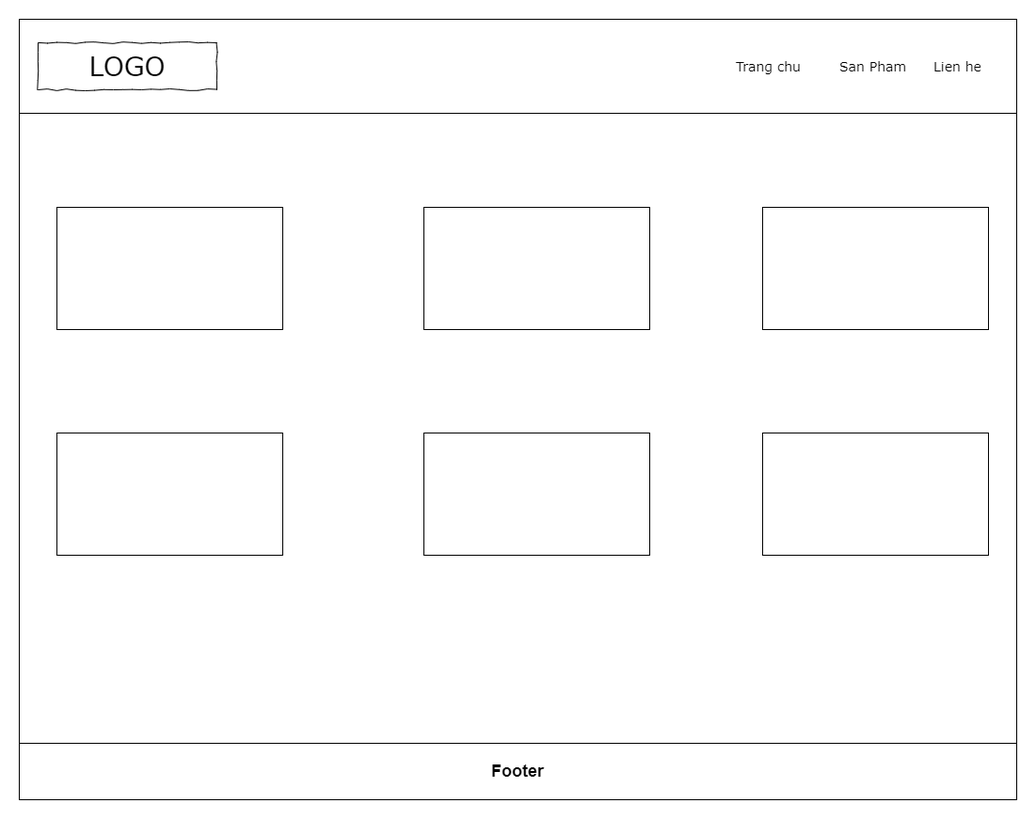
Before: img/SanPham.png, a diagram exported from draw.io (NguyenHocPH36330/Web106_HocNC). Source tidied: cells renumbered, new cells last; positions are measured from the earlier drawing's top-left corner, leaving out a move shared by most shapes.
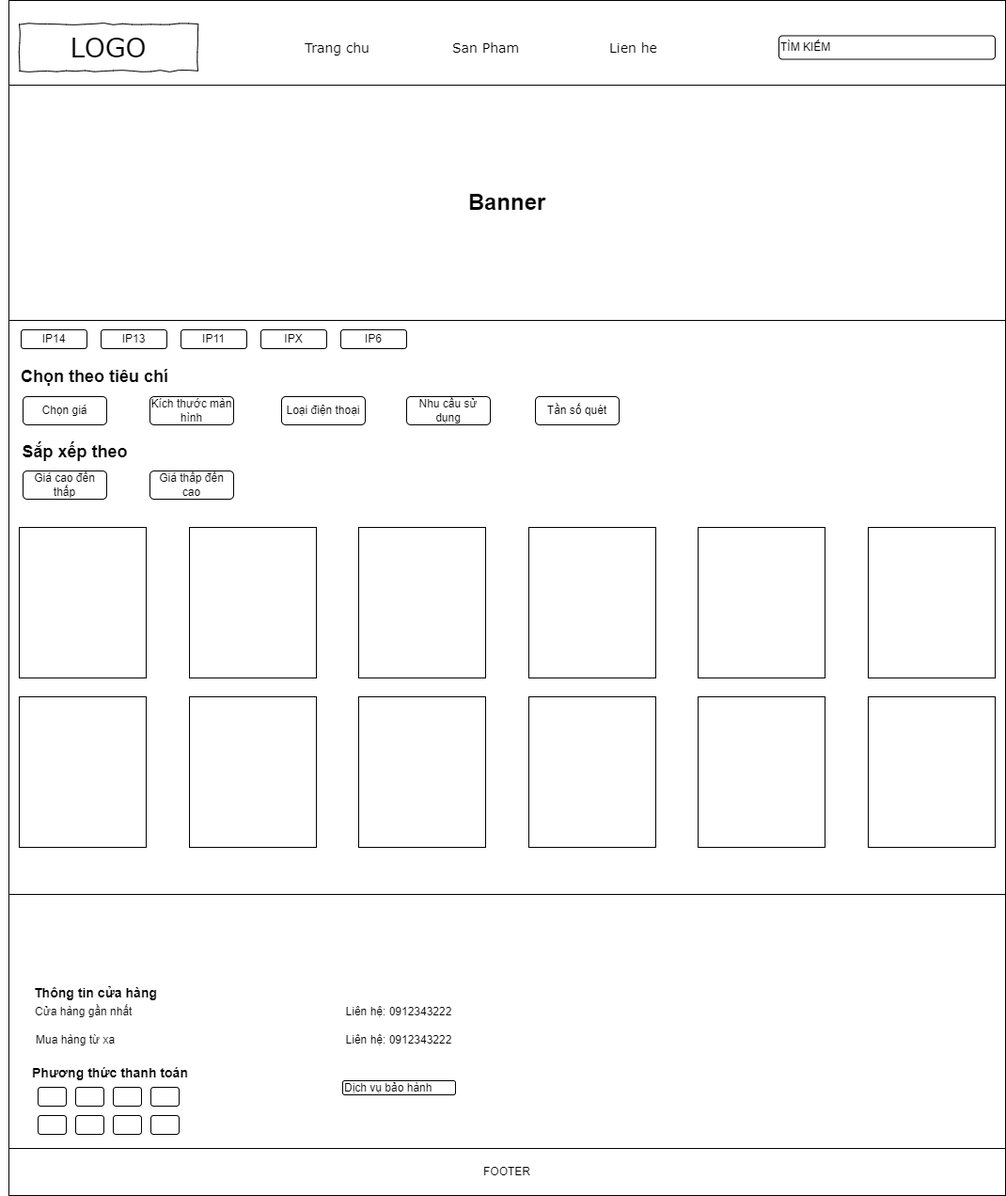
Above is the later version.

The edit, as a diff of the source:
```diff
@@ -2,44 +2,158 @@
   <root>
     <mxCell id="0" />
     <mxCell id="1" parent="0" />
-    <mxCell id="2" style="rounded=0;whiteSpace=wrap;html=1;" parent="1" vertex="1">
-      <mxGeometry width="1060" height="830" as="geometry" />
-    </mxCell>
-    <mxCell id="3" style="rounded=0;whiteSpace=wrap;html=1;" parent="1" vertex="1">
-      <mxGeometry width="1060" height="100" as="geometry" />
-    </mxCell>
+    <mxCell id="15" style="rounded=0;whiteSpace=wrap;html=1;" parent="1" vertex="1">
+      <mxGeometry x="-950" y="30" width="1060" height="1260" as="geometry" />
+    </mxCell>
+    <mxCell id="16" style="rounded=0;whiteSpace=wrap;html=1;" parent="1" vertex="1">
+      <mxGeometry x="-950" y="20" width="1060" height="100" as="geometry" />
+    </mxCell>
-    <mxCell id="4" value="Trang chu" style="text;html=1;align=left;verticalAlign=top;spacingTop=-4;fontSize=14;fontFamily=Verdana;" parent="1" vertex="1">
-      <mxGeometry x="760" y="40" width="60" height="20" as="geometry" />
+    <mxCell id="4" value="Trang chu" style="text;html=1;align=left;verticalAlign=top;spacingTop=-4;fontSize=14;fontFamily=Verdana;flipH=0;" parent="1" vertex="1">
+      <mxGeometry x="-637" y="60" width="75" height="20" as="geometry" />
     </mxCell>
-    <mxCell id="5" value="San Pham" style="text;html=1;align=left;verticalAlign=top;spacingTop=-4;fontSize=14;fontFamily=Verdana;" parent="1" vertex="1">
-      <mxGeometry x="870" y="40" width="60" height="20" as="geometry" />
+    <mxCell id="5" value="San Pham" style="text;html=1;align=left;verticalAlign=top;spacingTop=-4;fontSize=14;fontFamily=Verdana;flipH=0;" parent="1" vertex="1">
+      <mxGeometry x="-480" y="60" width="75" height="20" as="geometry" />
     </mxCell>
-    <mxCell id="6" value="Lien he" style="text;html=1;align=left;verticalAlign=top;spacingTop=-4;fontSize=14;fontFamily=Verdana;" parent="1" vertex="1">
-      <mxGeometry x="970" y="40" width="60" height="20" as="geometry" />
+    <mxCell id="6" value="Lien he" style="text;html=1;align=left;verticalAlign=top;spacingTop=-4;fontSize=14;fontFamily=Verdana;flipH=0;" parent="1" vertex="1">
+      <mxGeometry x="-313" y="60" width="75" height="20" as="geometry" />
     </mxCell>
     <mxCell id="7" value="LOGO" style="whiteSpace=wrap;html=1;rounded=0;shadow=0;labelBackgroundColor=none;strokeWidth=1;fontFamily=Verdana;fontSize=28;align=center;comic=1;" parent="1" vertex="1">
-      <mxGeometry x="20" y="25" width="190" height="50" as="geometry" />
+      <mxGeometry x="-939" y="45" width="190" height="50" as="geometry" />
     </mxCell>
-    <mxCell id="8" style="rounded=0;whiteSpace=wrap;html=1;" parent="1" vertex="1">
-      <mxGeometry x="40" y="200" width="240" height="130" as="geometry" />
-    </mxCell>
-    <mxCell id="9" style="rounded=0;whiteSpace=wrap;html=1;" parent="1" vertex="1">
-      <mxGeometry x="430" y="200" width="240" height="130" as="geometry" />
-    </mxCell>
-    <mxCell id="10" value="&lt;h2&gt;Footer&lt;/h2&gt;" style="rounded=0;whiteSpace=wrap;html=1;" parent="1" vertex="1">
-      <mxGeometry y="770" width="1060" height="60" as="geometry" />
-    </mxCell>
-    <mxCell id="11" style="rounded=0;whiteSpace=wrap;html=1;" parent="1" vertex="1">
-      <mxGeometry x="790" y="200" width="240" height="130" as="geometry" />
-    </mxCell>
-    <mxCell id="12" style="rounded=0;whiteSpace=wrap;html=1;" parent="1" vertex="1">
-      <mxGeometry x="40" y="440" width="240" height="130" as="geometry" />
-    </mxCell>
-    <mxCell id="13" style="rounded=0;whiteSpace=wrap;html=1;" parent="1" vertex="1">
-      <mxGeometry x="430" y="440" width="240" height="130" as="geometry" />
-    </mxCell>
-    <mxCell id="14" style="rounded=0;whiteSpace=wrap;html=1;" parent="1" vertex="1">
-      <mxGeometry x="790" y="440" width="240" height="130" as="geometry" />
-    </mxCell>
+    <mxCell id="17" value="&lt;h1&gt;Banner&lt;/h1&gt;" style="rounded=0;whiteSpace=wrap;html=1;" parent="1" vertex="1">
+      <mxGeometry x="-950" y="110" width="1060" height="250" as="geometry" />
+    </mxCell>
+    <mxCell id="18" value="TÌM KIẾM" style="rounded=1;whiteSpace=wrap;html=1;align=left;" parent="1" vertex="1">
+      <mxGeometry x="-131" y="57.5" width="230" height="25" as="geometry" />
+    </mxCell>
+    <mxCell id="19" value="&lt;h2&gt;Chọn theo tiêu chí&lt;/h2&gt;" style="text;html=1;strokeColor=none;fillColor=none;align=left;verticalAlign=middle;whiteSpace=wrap;rounded=0;" parent="1" vertex="1">
+      <mxGeometry x="-939" y="405" width="159" height="30" as="geometry" />
+    </mxCell>
+    <mxCell id="20" value="IP14" style="rounded=1;whiteSpace=wrap;html=1;flipH=1;" parent="1" vertex="1">
+      <mxGeometry x="-937" y="370" width="70" height="20" as="geometry" />
+    </mxCell>
+    <mxCell id="21" value="IP13" style="rounded=1;whiteSpace=wrap;html=1;flipH=1;" parent="1" vertex="1">
+      <mxGeometry x="-852" y="370" width="70" height="20" as="geometry" />
+    </mxCell>
+    <mxCell id="22" value="IP11" style="rounded=1;whiteSpace=wrap;html=1;flipH=1;" parent="1" vertex="1">
+      <mxGeometry x="-767" y="370" width="70" height="20" as="geometry" />
+    </mxCell>
+    <mxCell id="23" value="IPX" style="rounded=1;whiteSpace=wrap;html=1;flipH=1;" parent="1" vertex="1">
+      <mxGeometry x="-682" y="370" width="70" height="20" as="geometry" />
+    </mxCell>
+    <mxCell id="24" value="IP6" style="rounded=1;whiteSpace=wrap;html=1;flipH=1;" parent="1" vertex="1">
+      <mxGeometry x="-597" y="370" width="70" height="20" as="geometry" />
+    </mxCell>
+    <mxCell id="25" value="Chọn giá" style="rounded=1;whiteSpace=wrap;html=1;" parent="1" vertex="1">
+      <mxGeometry x="-935" y="441" width="89" height="30" as="geometry" />
+    </mxCell>
+    <mxCell id="26" value="Kích thước màn hình" style="rounded=1;whiteSpace=wrap;html=1;" parent="1" vertex="1">
+      <mxGeometry x="-800" y="441" width="89" height="30" as="geometry" />
+    </mxCell>
+    <mxCell id="27" value="Loại điện thoại" style="rounded=1;whiteSpace=wrap;html=1;" parent="1" vertex="1">
+      <mxGeometry x="-660" y="441" width="89" height="30" as="geometry" />
+    </mxCell>
+    <mxCell id="28" value="Nhu cầu sử dụng" style="rounded=1;whiteSpace=wrap;html=1;" parent="1" vertex="1">
+      <mxGeometry x="-527" y="441" width="89" height="30" as="geometry" />
+    </mxCell>
+    <mxCell id="29" value="Tần số quét" style="rounded=1;whiteSpace=wrap;html=1;" parent="1" vertex="1">
+      <mxGeometry x="-390" y="441" width="89" height="30" as="geometry" />
+    </mxCell>
+    <mxCell id="30" value="&lt;h2&gt;Sắp xếp theo&lt;/h2&gt;" style="text;html=1;strokeColor=none;fillColor=none;align=center;verticalAlign=middle;whiteSpace=wrap;rounded=0;" parent="1" vertex="1">
+      <mxGeometry x="-959" y="485" width="159" height="30" as="geometry" />
+    </mxCell>
+    <mxCell id="31" value="Giá cao đến thấp" style="rounded=1;whiteSpace=wrap;html=1;" parent="1" vertex="1">
+      <mxGeometry x="-935" y="520" width="89" height="30" as="geometry" />
+    </mxCell>
+    <mxCell id="32" value="Giá thấp đến cao" style="rounded=1;whiteSpace=wrap;html=1;" parent="1" vertex="1">
+      <mxGeometry x="-800" y="520" width="89" height="30" as="geometry" />
+    </mxCell>
+    <mxCell id="33" style="rounded=0;whiteSpace=wrap;html=1;flipH=0;" parent="1" vertex="1">
+      <mxGeometry x="-939" y="580" width="135" height="160" as="geometry" />
+    </mxCell>
+    <mxCell id="34" style="rounded=0;whiteSpace=wrap;html=1;flipH=0;" parent="1" vertex="1">
+      <mxGeometry x="-758" y="580" width="135" height="160" as="geometry" />
+    </mxCell>
+    <mxCell id="35" style="rounded=0;whiteSpace=wrap;html=1;flipH=0;" parent="1" vertex="1">
+      <mxGeometry x="-578" y="580" width="135" height="160" as="geometry" />
+    </mxCell>
+    <mxCell id="36" style="rounded=0;whiteSpace=wrap;html=1;flipH=0;" parent="1" vertex="1">
+      <mxGeometry x="-397" y="580" width="135" height="160" as="geometry" />
+    </mxCell>
+    <mxCell id="37" style="rounded=0;whiteSpace=wrap;html=1;flipH=0;" parent="1" vertex="1">
+      <mxGeometry x="-217" y="580" width="135" height="160" as="geometry" />
+    </mxCell>
+    <mxCell id="38" style="rounded=0;whiteSpace=wrap;html=1;flipH=0;" parent="1" vertex="1">
+      <mxGeometry x="-36" y="580" width="135" height="160" as="geometry" />
+    </mxCell>
+    <mxCell id="39" style="rounded=0;whiteSpace=wrap;html=1;flipH=0;" parent="1" vertex="1">
+      <mxGeometry x="-939" y="760" width="135" height="160" as="geometry" />
+    </mxCell>
+    <mxCell id="40" style="rounded=0;whiteSpace=wrap;html=1;flipH=0;" parent="1" vertex="1">
+      <mxGeometry x="-758" y="760" width="135" height="160" as="geometry" />
+    </mxCell>
+    <mxCell id="41" style="rounded=0;whiteSpace=wrap;html=1;flipH=0;" parent="1" vertex="1">
+      <mxGeometry x="-578" y="760" width="135" height="160" as="geometry" />
+    </mxCell>
+    <mxCell id="42" style="rounded=0;whiteSpace=wrap;html=1;flipH=0;" parent="1" vertex="1">
+      <mxGeometry x="-397" y="760" width="135" height="160" as="geometry" />
+    </mxCell>
+    <mxCell id="43" style="rounded=0;whiteSpace=wrap;html=1;flipH=0;" parent="1" vertex="1">
+      <mxGeometry x="-217" y="760" width="135" height="160" as="geometry" />
+    </mxCell>
+    <mxCell id="44" style="rounded=0;whiteSpace=wrap;html=1;flipH=0;" parent="1" vertex="1">
+      <mxGeometry x="-36" y="760" width="135" height="160" as="geometry" />
+    </mxCell>
+    <mxCell id="45" value="&lt;h2&gt;&lt;br&gt;&lt;/h2&gt;" style="rounded=0;whiteSpace=wrap;html=1;align=left;" parent="1" vertex="1">
+      <mxGeometry x="-950" y="970" width="1060" height="270" as="geometry" />
+    </mxCell>
+    <mxCell id="46" value="&lt;h3&gt;Thông tin cửa hàng&lt;/h3&gt;" style="text;html=1;strokeColor=none;fillColor=none;align=left;verticalAlign=middle;whiteSpace=wrap;rounded=0;" parent="1" vertex="1">
+      <mxGeometry x="-925" y="1060" width="140" height="30" as="geometry" />
+    </mxCell>
+    <mxCell id="47" value="&lt;h3&gt;Phương thức thanh toán&lt;/h3&gt;" style="text;html=1;strokeColor=none;fillColor=none;align=center;verticalAlign=middle;whiteSpace=wrap;rounded=0;" parent="1" vertex="1">
+      <mxGeometry x="-927" y="1145" width="170" height="30" as="geometry" />
+    </mxCell>
+    <mxCell id="48" style="rounded=1;whiteSpace=wrap;html=1;" parent="1" vertex="1">
+      <mxGeometry x="-919" y="1175" width="30" height="20" as="geometry" />
+    </mxCell>
+    <mxCell id="49" style="rounded=1;whiteSpace=wrap;html=1;" parent="1" vertex="1">
+      <mxGeometry x="-879" y="1175" width="30" height="20" as="geometry" />
+    </mxCell>
+    <mxCell id="50" style="rounded=1;whiteSpace=wrap;html=1;" parent="1" vertex="1">
+      <mxGeometry x="-839" y="1175" width="30" height="20" as="geometry" />
+    </mxCell>
+    <mxCell id="51" style="rounded=1;whiteSpace=wrap;html=1;" parent="1" vertex="1">
+      <mxGeometry x="-799" y="1175" width="30" height="20" as="geometry" />
+    </mxCell>
+    <mxCell id="52" style="rounded=1;whiteSpace=wrap;html=1;" parent="1" vertex="1">
+      <mxGeometry x="-919" y="1205" width="30" height="20" as="geometry" />
+    </mxCell>
+    <mxCell id="53" style="rounded=1;whiteSpace=wrap;html=1;" parent="1" vertex="1">
+      <mxGeometry x="-879" y="1205" width="30" height="20" as="geometry" />
+    </mxCell>
+    <mxCell id="54" style="rounded=1;whiteSpace=wrap;html=1;" parent="1" vertex="1">
+      <mxGeometry x="-839" y="1205" width="30" height="20" as="geometry" />
+    </mxCell>
+    <mxCell id="55" style="rounded=1;whiteSpace=wrap;html=1;" parent="1" vertex="1">
+      <mxGeometry x="-799" y="1205" width="30" height="20" as="geometry" />
+    </mxCell>
+    <mxCell id="56" value="FOOTER" style="rounded=0;whiteSpace=wrap;html=1;" parent="1" vertex="1">
+      <mxGeometry x="-950" y="1240" width="1060" height="50" as="geometry" />
+    </mxCell>
+    <mxCell id="57" value="Cửa hàng gần nhất" style="text;html=1;strokeColor=none;fillColor=none;align=left;verticalAlign=middle;whiteSpace=wrap;rounded=0;" parent="1" vertex="1">
+      <mxGeometry x="-924" y="1080" width="138" height="30" as="geometry" />
+    </mxCell>
+    <mxCell id="58" value="Mua hàng từ xa" style="text;html=1;strokeColor=none;fillColor=none;align=left;verticalAlign=middle;whiteSpace=wrap;rounded=0;" parent="1" vertex="1">
+      <mxGeometry x="-923" y="1110" width="138" height="30" as="geometry" />
+    </mxCell>
+    <mxCell id="59" value="Liên hệ: 0912343222" style="text;html=1;strokeColor=none;fillColor=none;align=center;verticalAlign=middle;whiteSpace=wrap;rounded=0;" parent="1" vertex="1">
+      <mxGeometry x="-601" y="1080" width="132" height="30" as="geometry" />
+    </mxCell>
+    <mxCell id="60" value="Liên hệ: 0912343222" style="text;html=1;strokeColor=none;fillColor=none;align=center;verticalAlign=middle;whiteSpace=wrap;rounded=0;" parent="1" vertex="1">
+      <mxGeometry x="-601" y="1110" width="132" height="30" as="geometry" />
+    </mxCell>
+    <mxCell id="61" value="Dịch vụ bảo hành" style="rounded=1;whiteSpace=wrap;html=1;align=left;" parent="1" vertex="1">
+      <mxGeometry x="-595" y="1168" width="120" height="15" as="geometry" />
+    </mxCell>
   </root>
 </mxGraphModel>
```
